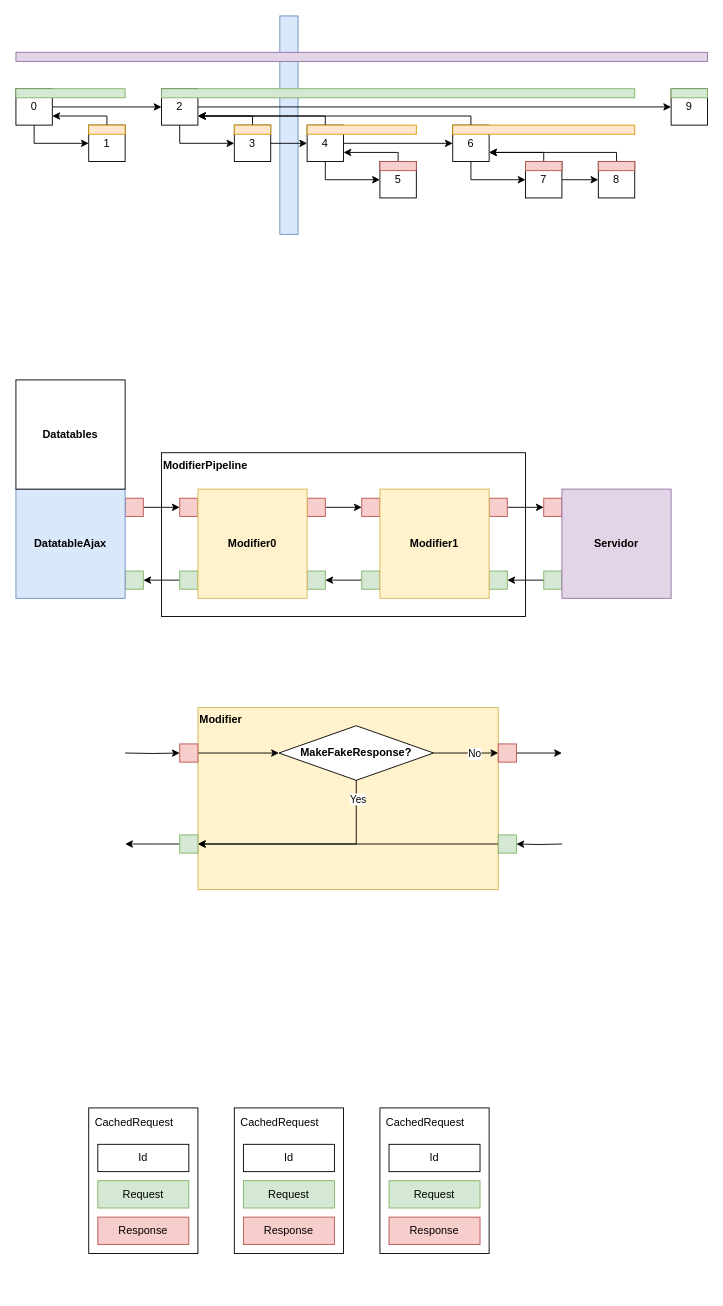
This is doodles.drawio from davi2205/drawio-repo, a draw.io file, before an edit. Source tidied: cells renumbered, new cells numbered last; positions are measured from the earlier drawing's top-left corner, leaving out a move shared by most shapes. Both pictures are drawn from the tidied source at 91%, with x=0, y=0 at pixel (15, 15).
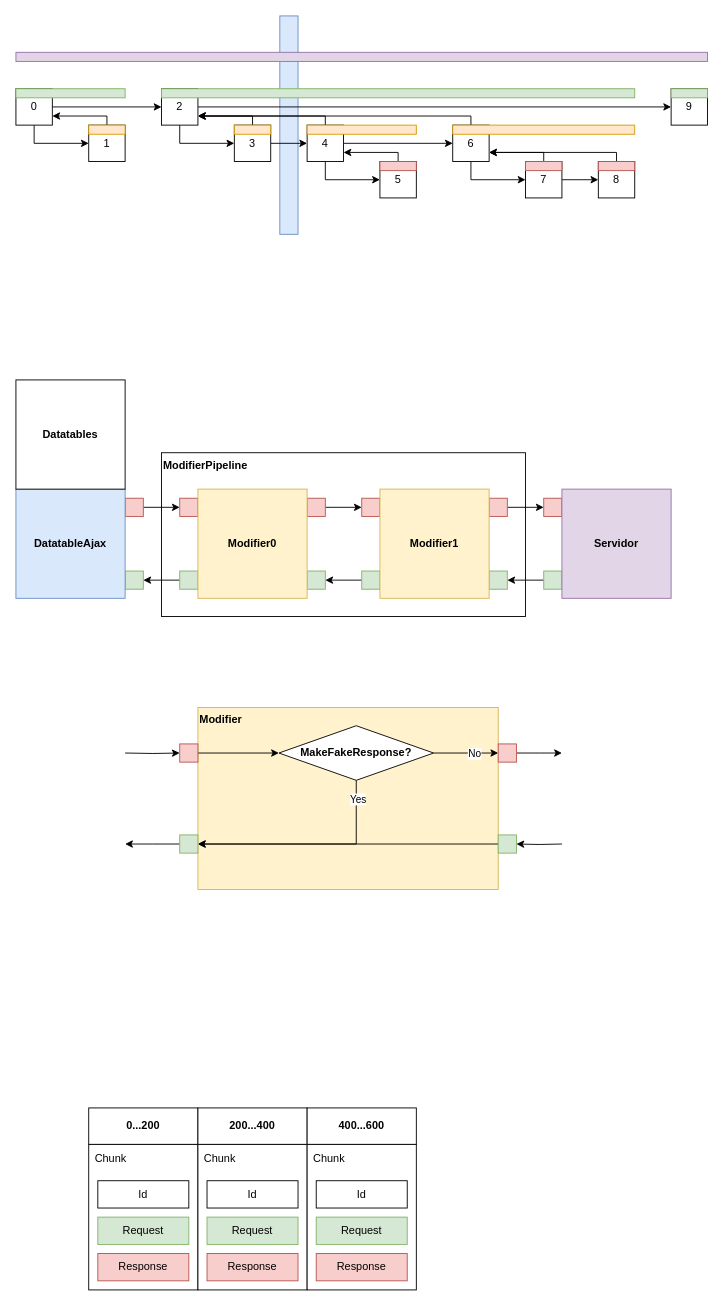
The same page after the edit.

The edit, as a diff of the source:
```diff
@@
-    <mxCell id="80" value="CachedRequest" style="rounded=0;whiteSpace=wrap;html=1;align=left;verticalAlign=top;spacingLeft=5;spacingTop=2;" parent="1" vertex="1">
-      <mxGeometry x="80" y="1200" width="120" height="160" as="geometry" />
+    <mxCell id="80" value="Chunk" style="rounded=0;whiteSpace=wrap;html=1;align=left;verticalAlign=top;spacingLeft=5;spacingTop=2;" parent="1" vertex="1">
+      <mxGeometry x="80" y="1240" width="120" height="160" as="geometry" />
     </mxCell>
     <mxCell id="81" value="Id" style="rounded=0;whiteSpace=wrap;html=1;" parent="1" vertex="1">
-      <mxGeometry x="90" y="1240" width="100" height="30" as="geometry" />
+      <mxGeometry x="90" y="1280" width="100" height="30" as="geometry" />
     </mxCell>
     <mxCell id="82" value="Request" style="rounded=0;whiteSpace=wrap;html=1;fillColor=#d5e8d4;strokeColor=#82b366;" parent="1" vertex="1">
-      <mxGeometry x="90" y="1280" width="100" height="30" as="geometry" />
+      <mxGeometry x="90" y="1320" width="100" height="30" as="geometry" />
     </mxCell>
     <mxCell id="83" value="Response" style="rounded=0;whiteSpace=wrap;html=1;fillColor=#f8cecc;strokeColor=#b85450;" parent="1" vertex="1">
-      <mxGeometry x="90" y="1320" width="100" height="30" as="geometry" />
+      <mxGeometry x="90" y="1360" width="100" height="30" as="geometry" />
     </mxCell>
-    <mxCell id="84" value="CachedRequest" style="rounded=0;whiteSpace=wrap;html=1;align=left;verticalAlign=top;spacingLeft=5;spacingTop=2;" parent="1" vertex="1">
-      <mxGeometry x="240" y="1200" width="120" height="160" as="geometry" />
+    <mxCell id="84" value="Chunk" style="rounded=0;whiteSpace=wrap;html=1;align=left;verticalAlign=top;spacingLeft=5;spacingTop=2;" parent="1" vertex="1">
+      <mxGeometry x="200" y="1240" width="120" height="160" as="geometry" />
     </mxCell>
     <mxCell id="85" value="Id" style="rounded=0;whiteSpace=wrap;html=1;" parent="1" vertex="1">
-      <mxGeometry x="250" y="1240" width="100" height="30" as="geometry" />
+      <mxGeometry x="210" y="1280" width="100" height="30" as="geometry" />
     </mxCell>
     <mxCell id="86" value="Request" style="rounded=0;whiteSpace=wrap;html=1;fillColor=#d5e8d4;strokeColor=#82b366;" parent="1" vertex="1">
-      <mxGeometry x="250" y="1280" width="100" height="30" as="geometry" />
+      <mxGeometry x="210" y="1320" width="100" height="30" as="geometry" />
     </mxCell>
     <mxCell id="87" value="Response" style="rounded=0;whiteSpace=wrap;html=1;fillColor=#f8cecc;strokeColor=#b85450;" parent="1" vertex="1">
-      <mxGeometry x="250" y="1320" width="100" height="30" as="geometry" />
+      <mxGeometry x="210" y="1360" width="100" height="30" as="geometry" />
     </mxCell>
-    <mxCell id="88" value="CachedRequest" style="rounded=0;whiteSpace=wrap;html=1;align=left;verticalAlign=top;spacingLeft=5;spacingTop=2;" parent="1" vertex="1">
-      <mxGeometry x="400" y="1200" width="120" height="160" as="geometry" />
+    <mxCell id="88" value="Chunk" style="rounded=0;whiteSpace=wrap;html=1;align=left;verticalAlign=top;spacingLeft=5;spacingTop=2;" parent="1" vertex="1">
+      <mxGeometry x="320" y="1240" width="120" height="160" as="geometry" />
     </mxCell>
     <mxCell id="89" value="Id" style="rounded=0;whiteSpace=wrap;html=1;" parent="1" vertex="1">
-      <mxGeometry x="410" y="1240" width="100" height="30" as="geometry" />
+      <mxGeometry x="330" y="1280" width="100" height="30" as="geometry" />
     </mxCell>
     <mxCell id="90" value="Request" style="rounded=0;whiteSpace=wrap;html=1;fillColor=#d5e8d4;strokeColor=#82b366;" parent="1" vertex="1">
-      <mxGeometry x="410" y="1280" width="100" height="30" as="geometry" />
+      <mxGeometry x="330" y="1320" width="100" height="30" as="geometry" />
     </mxCell>
     <mxCell id="91" value="Response" style="rounded=0;whiteSpace=wrap;html=1;fillColor=#f8cecc;strokeColor=#b85450;" parent="1" vertex="1">
-      <mxGeometry x="410" y="1320" width="100" height="30" as="geometry" />
+      <mxGeometry x="330" y="1360" width="100" height="30" as="geometry" />
     </mxCell>
+    <mxCell id="92" value="0...200" style="rounded=0;whiteSpace=wrap;html=1;fontStyle=1;" parent="1" vertex="1">
+      <mxGeometry x="80" y="1200" width="120" height="40" as="geometry" />
+    </mxCell>
+    <mxCell id="93" value="200...400" style="rounded=0;whiteSpace=wrap;html=1;fontStyle=1;" parent="1" vertex="1">
+      <mxGeometry x="200" y="1200" width="120" height="40" as="geometry" />
+    </mxCell>
+    <mxCell id="94" value="400...600" style="rounded=0;whiteSpace=wrap;html=1;fontStyle=1;" parent="1" vertex="1">
+      <mxGeometry x="320" y="1200" width="120" height="40" as="geometry" />
+    </mxCell>
```
